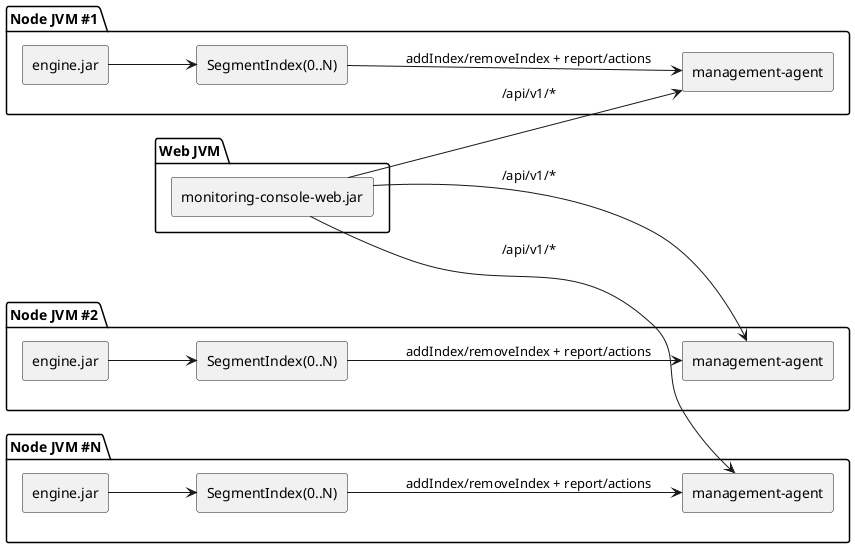
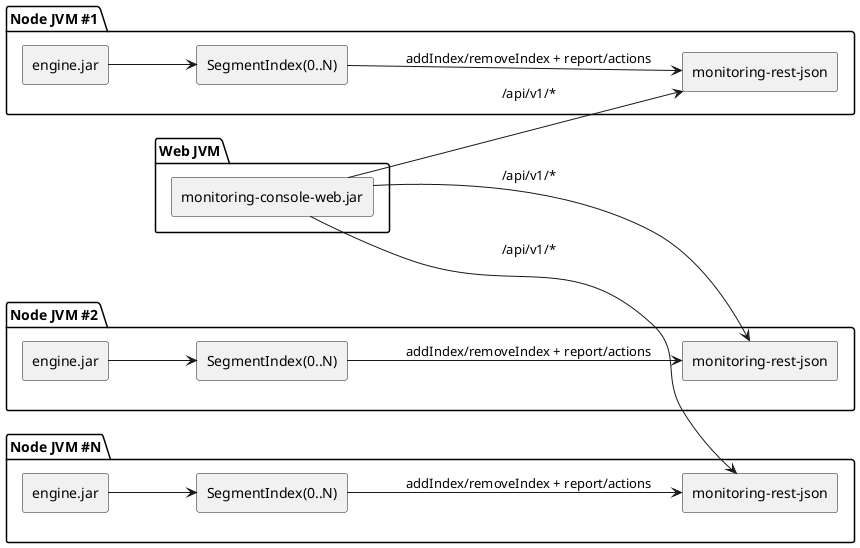
@startuml monitoring-components
left to right direction
skinparam componentStyle rectangle

package "Node JVM #1" {
  [engine.jar] as ENGINE1
  [SegmentIndex(0..N)] as INDEXES1
-   [management-agent] as AGENT1
+   [monitoring-rest-json] as AGENT1
  ENGINE1 --> INDEXES1
  INDEXES1 --> AGENT1 : addIndex/removeIndex + report/actions
}

package "Node JVM #2" {
  [engine.jar] as ENGINE2
  [SegmentIndex(0..N)] as INDEXES2
-   [management-agent] as AGENT2
+   [monitoring-rest-json] as AGENT2
  ENGINE2 --> INDEXES2
  INDEXES2 --> AGENT2 : addIndex/removeIndex + report/actions
}

package "Node JVM #N" {
  [engine.jar] as ENGINEN
  [SegmentIndex(0..N)] as INDEXESN
-   [management-agent] as AGENTN
+   [monitoring-rest-json] as AGENTN
  ENGINEN --> INDEXESN
  INDEXESN --> AGENTN : addIndex/removeIndex + report/actions
}

package "Web JVM" {
  [monitoring-console-web.jar] as WEB
}

WEB --> AGENT1 : /api/v1/*
WEB --> AGENT2 : /api/v1/*
WEB --> AGENTN : /api/v1/*

@enduml
